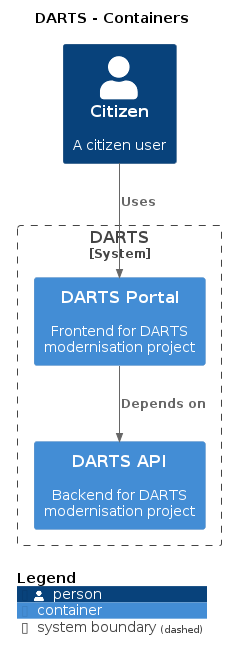
This is docs/c4/darts/images/structurizr-darts-overview.png from hmcts/cnp-api-docs, a PlantUML export, as it was before one commit. Its diagram source:
```plantuml
@startuml
set separator none
title DARTS - Containers

top to bottom direction

!include <C4/C4>
!include <C4/C4_Context>
!include <C4/C4_Container>

Person(Citizen, "Citizen", $descr="A citizen user", $tags="", $link="")

System_Boundary("DARTS_boundary", "DARTS", $tags="") {
  Container(DARTS.DARTSAPI, "DARTS API", $techn="", $descr="Backend for DARTS modernisation project", $tags="", $link="")
  Container(DARTS.DARTSPortal, "DARTS Portal", $techn="", $descr="Frontend for DARTS modernisation project", $tags="", $link="")
}

Rel_D(DARTS.DARTSPortal, DARTS.DARTSAPI, "Depends on", $techn="", $tags="", $link="")
Rel_D(Citizen, DARTS.DARTSPortal, "Uses", $techn="", $tags="", $link="")

SHOW_DYNAMIC_LEGEND()
@enduml
```
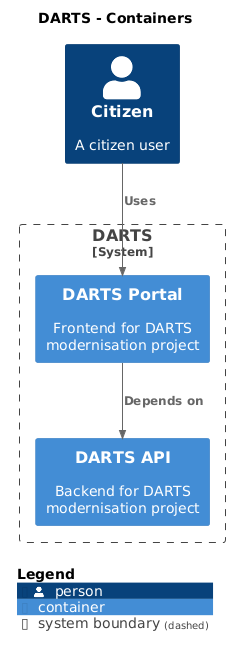
Later version of the same file.

The edit, as a diff of the source:
```diff
@@ -15,8 +15,8 @@
   Container(DARTS.DARTSPortal, "DARTS Portal", $techn="", $descr="Frontend for DARTS modernisation project", $tags="", $link="")
 }
 
-Rel_D(DARTS.DARTSPortal, DARTS.DARTSAPI, "Depends on", $techn="", $tags="", $link="")
-Rel_D(Citizen, DARTS.DARTSPortal, "Uses", $techn="", $tags="", $link="")
+Rel(DARTS.DARTSPortal, DARTS.DARTSAPI, "Depends on", $techn="", $tags="", $link="")
+Rel(Citizen, DARTS.DARTSPortal, "Uses", $techn="", $tags="", $link="")
 
 SHOW_DYNAMIC_LEGEND()
 @enduml
```
